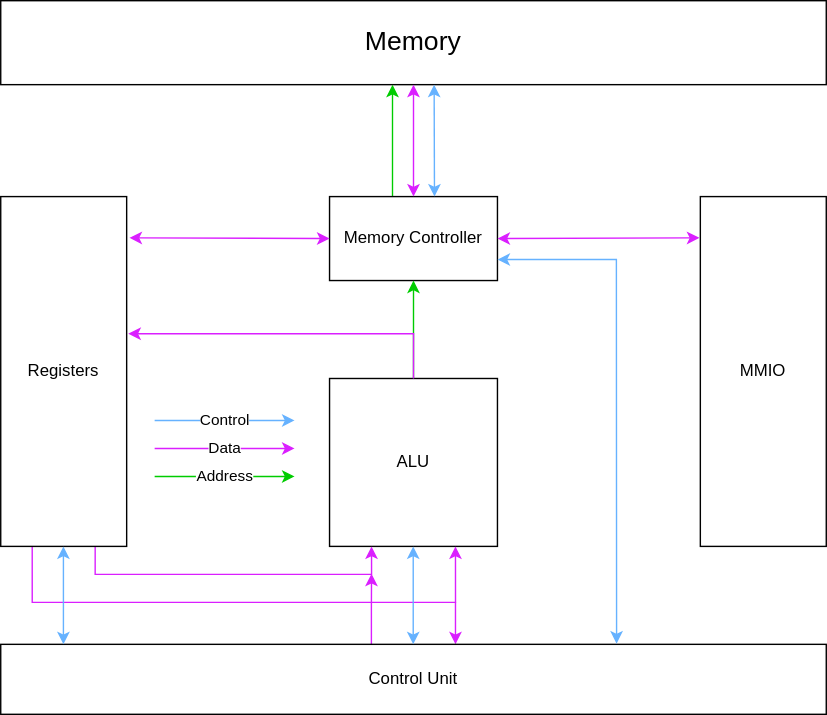
Before: docs/imgs/HighLevelHardwareArchitecture.drawio.svg, a diagram exported from draw.io (Sanotsch2003/MiPro-XG-V1). Source tidied: cells renumbered, new cells last; positions are measured from the earlier drawing's top-left corner, leaving out a move shared by most shapes. The source it was exported from:
```xml
<mxGraphModel>
  <root>
    <mxCell id="0" />
    <mxCell id="1" parent="0" />
    <mxCell id="2" value="&lt;font style=&quot;font-size: 19px;&quot;&gt;Memory&lt;/font&gt;" style="rounded=0;whiteSpace=wrap;html=1;" parent="1" vertex="1">
      <mxGeometry width="590" height="60" as="geometry" />
    </mxCell>
    <mxCell id="3" style="edgeStyle=orthogonalEdgeStyle;rounded=0;orthogonalLoop=1;jettySize=auto;html=1;strokeColor=#00CC00;" parent="1" edge="1">
      <mxGeometry relative="1" as="geometry">
        <mxPoint x="280" y="140" as="sourcePoint" />
        <mxPoint x="280" y="60" as="targetPoint" />
      </mxGeometry>
    </mxCell>
    <mxCell id="4" value="Memory Controller" style="rounded=0;whiteSpace=wrap;html=1;" parent="1" vertex="1">
      <mxGeometry x="235" y="140" width="120" height="60" as="geometry" />
    </mxCell>
    <mxCell id="5" style="edgeStyle=orthogonalEdgeStyle;rounded=0;jettySize=auto;html=1;entryX=0.5;entryY=1;entryDx=0;entryDy=0;strokeColor=#00CC00;" parent="1" edge="1" source="6" target="4">
      <mxGeometry relative="1" as="geometry" />
    </mxCell>
    <mxCell id="6" value="ALU" style="whiteSpace=wrap;html=1;" parent="1" vertex="1">
      <mxGeometry x="235" y="270" width="120" height="120" as="geometry" />
    </mxCell>
    <mxCell id="7" value="MMIO" style="rounded=0;whiteSpace=wrap;html=1;" parent="1" vertex="1">
      <mxGeometry x="500" y="140" width="90" height="250" as="geometry" />
    </mxCell>
    <mxCell id="8" style="edgeStyle=orthogonalEdgeStyle;rounded=0;jettySize=auto;html=1;exitX=0.25;exitY=1;exitDx=0;exitDy=0;entryX=0.75;entryY=1;entryDx=0;entryDy=0;strokeColor=#DA1FFF;" parent="1" edge="1" source="10" target="6">
      <mxGeometry relative="1" as="geometry">
        <Array as="points">
          <mxPoint x="23" y="430" />
          <mxPoint x="325" y="430" />
        </Array>
      </mxGeometry>
    </mxCell>
    <mxCell id="9" style="edgeStyle=orthogonalEdgeStyle;rounded=0;jettySize=auto;html=1;exitX=0.75;exitY=1;exitDx=0;exitDy=0;entryX=0.25;entryY=1;entryDx=0;entryDy=0;strokeColor=#DA1FFF;" parent="1" edge="1" source="10" target="6">
      <mxGeometry relative="1" as="geometry" />
    </mxCell>
    <mxCell id="10" value="&lt;div&gt;&lt;div&gt;Registers&lt;/div&gt;&lt;/div&gt;" style="rounded=0;whiteSpace=wrap;html=1;" parent="1" vertex="1">
      <mxGeometry y="140" width="90" height="250" as="geometry" />
    </mxCell>
    <mxCell id="11" style="edgeStyle=orthogonalEdgeStyle;rounded=0;jettySize=auto;html=1;exitX=0.449;exitY=0.008;exitDx=0;exitDy=0;exitPerimeter=0;strokeColor=#DA1FFF;" parent="1" edge="1" source="13">
      <mxGeometry relative="1" as="geometry">
        <mxPoint x="265" y="409.5" as="targetPoint" />
      </mxGeometry>
    </mxCell>
    <mxCell id="12" style="edgeStyle=orthogonalEdgeStyle;rounded=0;orthogonalLoop=1;jettySize=auto;html=1;endSize=6;strokeColor=#DA1FFF;startSize=6;" parent="1" edge="1">
      <mxGeometry relative="1" as="geometry">
        <mxPoint x="325" y="430" as="sourcePoint" />
        <mxPoint x="325" y="460" as="targetPoint" />
      </mxGeometry>
    </mxCell>
    <mxCell id="13" value="Control Unit" style="rounded=0;whiteSpace=wrap;html=1;" parent="1" vertex="1">
      <mxGeometry y="460" width="590" height="50" as="geometry" />
    </mxCell>
    <mxCell id="14" style="edgeStyle=orthogonalEdgeStyle;rounded=0;jettySize=auto;html=1;exitX=0.5;exitY=0;exitDx=0;exitDy=0;entryX=1.013;entryY=0.392;entryDx=0;entryDy=0;entryPerimeter=0;strokeColor=#DA1FFF;" parent="1" edge="1" source="6" target="10">
      <mxGeometry relative="1" as="geometry">
        <Array as="points">
          <mxPoint x="295" y="238" />
        </Array>
      </mxGeometry>
    </mxCell>
    <mxCell id="15" value="Control" style="edgeStyle=orthogonalEdgeStyle;rounded=0;orthogonalLoop=1;jettySize=auto;html=1;strokeColor=#66B2FF;" parent="1" edge="1">
      <mxGeometry relative="1" as="geometry">
        <mxPoint x="110" y="300" as="sourcePoint" />
        <mxPoint x="210" y="300" as="targetPoint" />
        <Array as="points">
          <mxPoint x="150" y="300" />
          <mxPoint x="150" y="300" />
        </Array>
      </mxGeometry>
    </mxCell>
    <mxCell id="16" value="Data" style="edgeStyle=orthogonalEdgeStyle;rounded=0;orthogonalLoop=1;jettySize=auto;html=1;strokeColor=#DA1FFF;" parent="1" edge="1">
      <mxGeometry relative="1" as="geometry">
        <mxPoint x="110" y="320" as="sourcePoint" />
        <mxPoint x="210" y="320" as="targetPoint" />
        <Array as="points">
          <mxPoint x="150" y="320" />
          <mxPoint x="150" y="320" />
        </Array>
      </mxGeometry>
    </mxCell>
    <mxCell id="17" value="Address" style="edgeStyle=orthogonalEdgeStyle;rounded=0;orthogonalLoop=1;jettySize=auto;html=1;strokeColor=#00CC00;" parent="1" edge="1">
      <mxGeometry relative="1" as="geometry">
        <mxPoint x="110" y="340" as="sourcePoint" />
        <mxPoint x="210" y="340" as="targetPoint" />
        <Array as="points">
          <mxPoint x="150" y="340" />
          <mxPoint x="150" y="340" />
        </Array>
      </mxGeometry>
    </mxCell>
    <mxCell id="18" style="endArrow=classic;startArrow=classic;html=1;rounded=0;entryX=0.5;entryY=1;entryDx=0;entryDy=0;exitX=0.5;exitY=0;exitDx=0;exitDy=0;strokeColor=#DA1FFF;" parent="1" edge="1" source="4" target="2">
      <mxGeometry relative="1" as="geometry" />
    </mxCell>
    <mxCell id="19" style="endArrow=classic;startArrow=classic;html=1;rounded=0;entryX=1;entryY=0.5;entryDx=0;entryDy=0;exitX=-0.007;exitY=0.118;exitDx=0;exitDy=0;strokeColor=#DA1FFF;exitPerimeter=0;" parent="1" edge="1" source="7" target="4">
      <mxGeometry relative="1" as="geometry" />
    </mxCell>
    <mxCell id="20" style="endArrow=classic;startArrow=classic;html=1;rounded=0;exitX=1;exitY=0.75;exitDx=0;exitDy=0;entryX=0.746;entryY=-0.01;entryDx=0;entryDy=0;strokeColor=#66B2FF;entryPerimeter=0;" parent="1" edge="1" source="4" target="13">
      <mxGeometry relative="1" as="geometry">
        <Array as="points">
          <mxPoint x="440" y="185" />
        </Array>
      </mxGeometry>
    </mxCell>
    <mxCell id="21" style="endArrow=classic;startArrow=classic;html=1;rounded=0;exitX=0.5;exitY=1;exitDx=0;exitDy=0;entryX=0.924;entryY=0;entryDx=0;entryDy=0;entryPerimeter=0;strokeColor=#66B2FF;" parent="1" edge="1">
      <mxGeometry relative="1" as="geometry">
        <mxPoint x="294.8" y="390" as="sourcePoint" />
        <mxPoint x="294.8" y="460" as="targetPoint" />
      </mxGeometry>
    </mxCell>
    <mxCell id="22" style="endArrow=classic;startArrow=classic;html=1;rounded=0;exitX=0.5;exitY=1;exitDx=0;exitDy=0;entryX=0.924;entryY=0;entryDx=0;entryDy=0;entryPerimeter=0;strokeColor=#66B2FF;" parent="1" edge="1">
      <mxGeometry relative="1" as="geometry">
        <mxPoint x="44.8" y="390" as="sourcePoint" />
        <mxPoint x="44.8" y="460" as="targetPoint" />
      </mxGeometry>
    </mxCell>
    <mxCell id="23" style="endArrow=classic;startArrow=classic;html=1;rounded=0;exitX=0.525;exitY=1;exitDx=0;exitDy=0;entryX=0.924;entryY=0;entryDx=0;entryDy=0;entryPerimeter=0;strokeColor=#66B2FF;exitPerimeter=0;" parent="1" edge="1" source="2">
      <mxGeometry relative="1" as="geometry">
        <mxPoint x="310" y="140" as="targetPoint" />
      </mxGeometry>
    </mxCell>
    <mxCell id="24" style="endArrow=classic;startArrow=classic;html=1;rounded=0;exitX=1.022;exitY=0.118;exitDx=0;exitDy=0;exitPerimeter=0;entryX=0;entryY=0.5;entryDx=0;entryDy=0;strokeColor=#DA1FFF;" parent="1" edge="1" source="10" target="4">
      <mxGeometry relative="1" as="geometry" />
    </mxCell>
  </root>
</mxGraphModel>
```
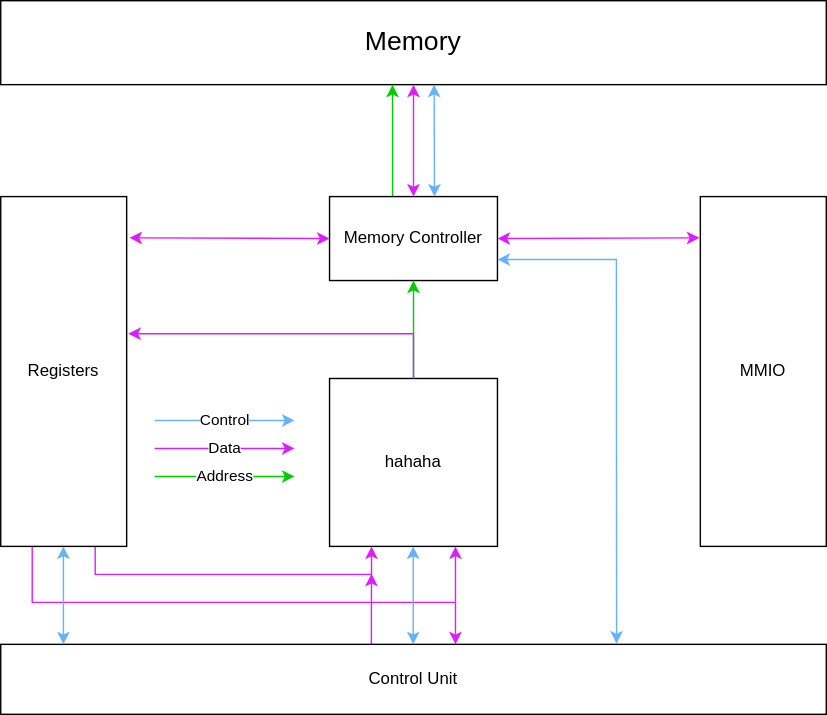
After the commit.

What changed in the source:
```diff
@@ -17,7 +17,7 @@
     <mxCell id="5" style="edgeStyle=orthogonalEdgeStyle;rounded=0;jettySize=auto;html=1;entryX=0.5;entryY=1;entryDx=0;entryDy=0;strokeColor=#00CC00;" parent="1" edge="1" source="6" target="4">
       <mxGeometry relative="1" as="geometry" />
     </mxCell>
-    <mxCell id="6" value="ALU" style="whiteSpace=wrap;html=1;" parent="1" vertex="1">
+    <mxCell id="6" value="hahaha" style="whiteSpace=wrap;html=1;" parent="1" vertex="1">
       <mxGeometry x="235" y="270" width="120" height="120" as="geometry" />
     </mxCell>
     <mxCell id="7" value="MMIO" style="rounded=0;whiteSpace=wrap;html=1;" parent="1" vertex="1">
```
